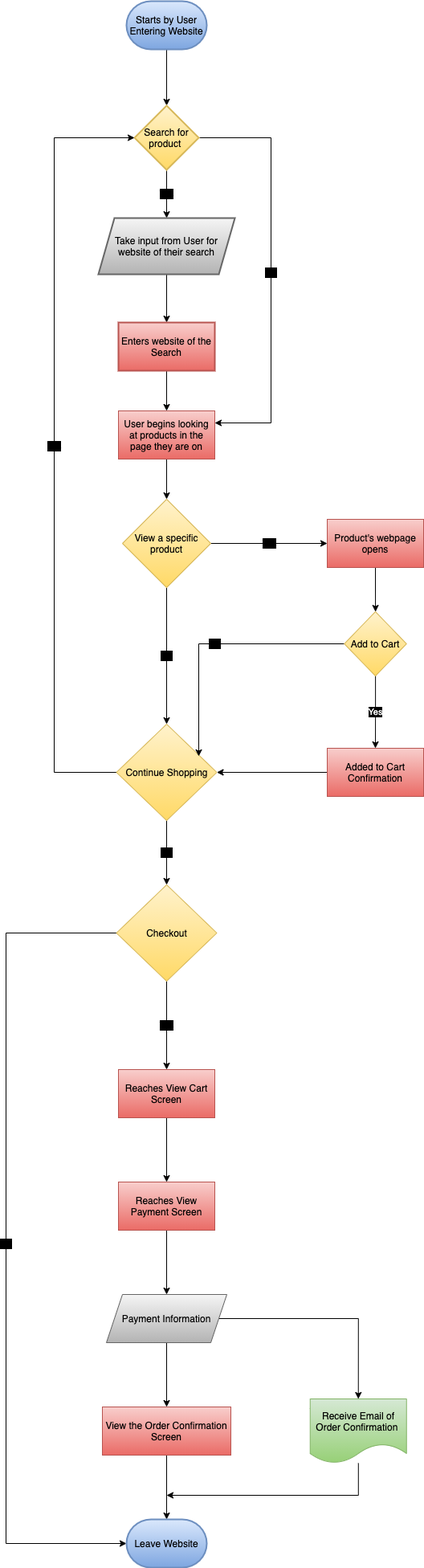
Above: part2/part2.drawio.png in gaurav-dheeraj/sp21-cse110-lab4 (draw.io), before the change. Source tidied: cells renumbered, new cells last; positions are measured from the earlier drawing's top-left corner, leaving out a move shared by most shapes.
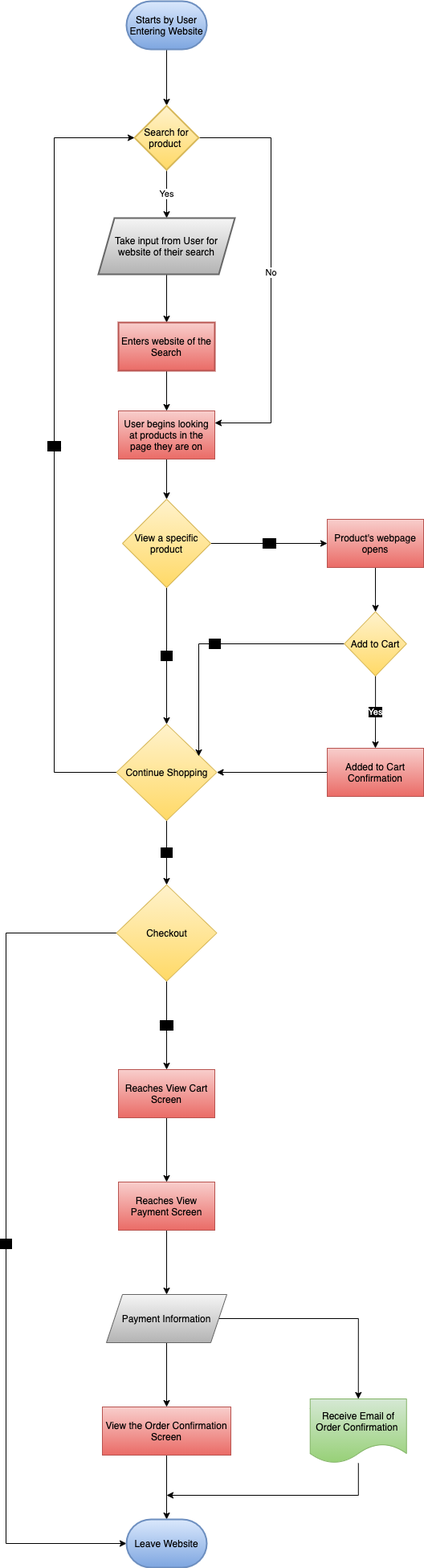
After the change.

Commit message:
Check part2 style

What changed in the source:
```diff
@@ -8,7 +8,7 @@
     <mxCell id="3" value="&lt;font color=&quot;#000000&quot;&gt;Starts by User Entering Website&lt;/font&gt;" style="strokeWidth=2;html=1;shape=mxgraph.flowchart.terminator;whiteSpace=wrap;fillColor=#dae8fc;strokeColor=#6c8ebf;gradientColor=#7ea6e0;" parent="1" vertex="1">
       <mxGeometry x="150" width="100" height="60" as="geometry" />
     </mxCell>
-    <mxCell id="4" value="&lt;span style=&quot;background-color: rgb(0 , 0 , 0)&quot;&gt;No&lt;/span&gt;" style="edgeStyle=orthogonalEdgeStyle;rounded=0;jettySize=auto;html=1;entryX=1;entryY=0.25;entryDx=0;entryDy=0;" parent="1" edge="1" source="6" target="12">
+    <mxCell id="4" value="&lt;span style=&quot;background-color: rgb(255 , 255 , 255)&quot;&gt;&lt;font color=&quot;#000000&quot;&gt;No&lt;/font&gt;&lt;/span&gt;" style="edgeStyle=orthogonalEdgeStyle;rounded=0;jettySize=auto;html=1;entryX=1;entryY=0.25;entryDx=0;entryDy=0;" parent="1" edge="1" source="6" target="12">
       <mxGeometry relative="1" as="geometry">
         <Array as="points">
           <mxPoint x="330" y="170" />
@@ -16,7 +16,7 @@
         </Array>
       </mxGeometry>
     </mxCell>
-    <mxCell id="5" value="&lt;span style=&quot;background-color: rgb(0 , 0 , 0)&quot;&gt;Yes&lt;/span&gt;" style="edgeStyle=orthogonalEdgeStyle;rounded=0;jettySize=auto;html=1;" parent="1" edge="1" source="6" target="8">
+    <mxCell id="5" value="&lt;font style=&quot;background-color: rgb(255 , 255 , 255)&quot; color=&quot;#000000&quot;&gt;Yes&lt;/font&gt;" style="edgeStyle=orthogonalEdgeStyle;rounded=0;jettySize=auto;html=1;" parent="1" edge="1" source="6" target="8">
       <mxGeometry relative="1" as="geometry" />
     </mxCell>
     <mxCell id="6" value="&lt;font color=&quot;#000000&quot;&gt;Search for product&amp;nbsp;&lt;/font&gt;" style="rhombus;whiteSpace=wrap;html=1;strokeColor=#d6b656;strokeWidth=2;fillColor=#fff2cc;gradientColor=#ffd966;" parent="1" vertex="1">
```
